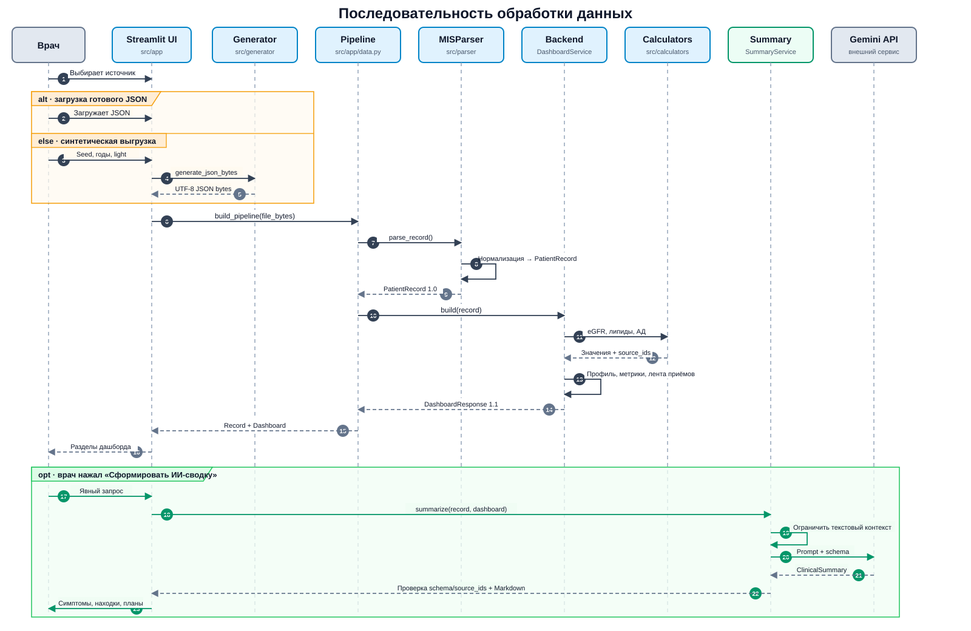
Before: docs/diagrams/rendered/processing-sequence.png, a diagram exported from Mermaid (rsul07/MISDash). Its source is kept beside it as docs/diagrams/src/processing-sequence.mmd.
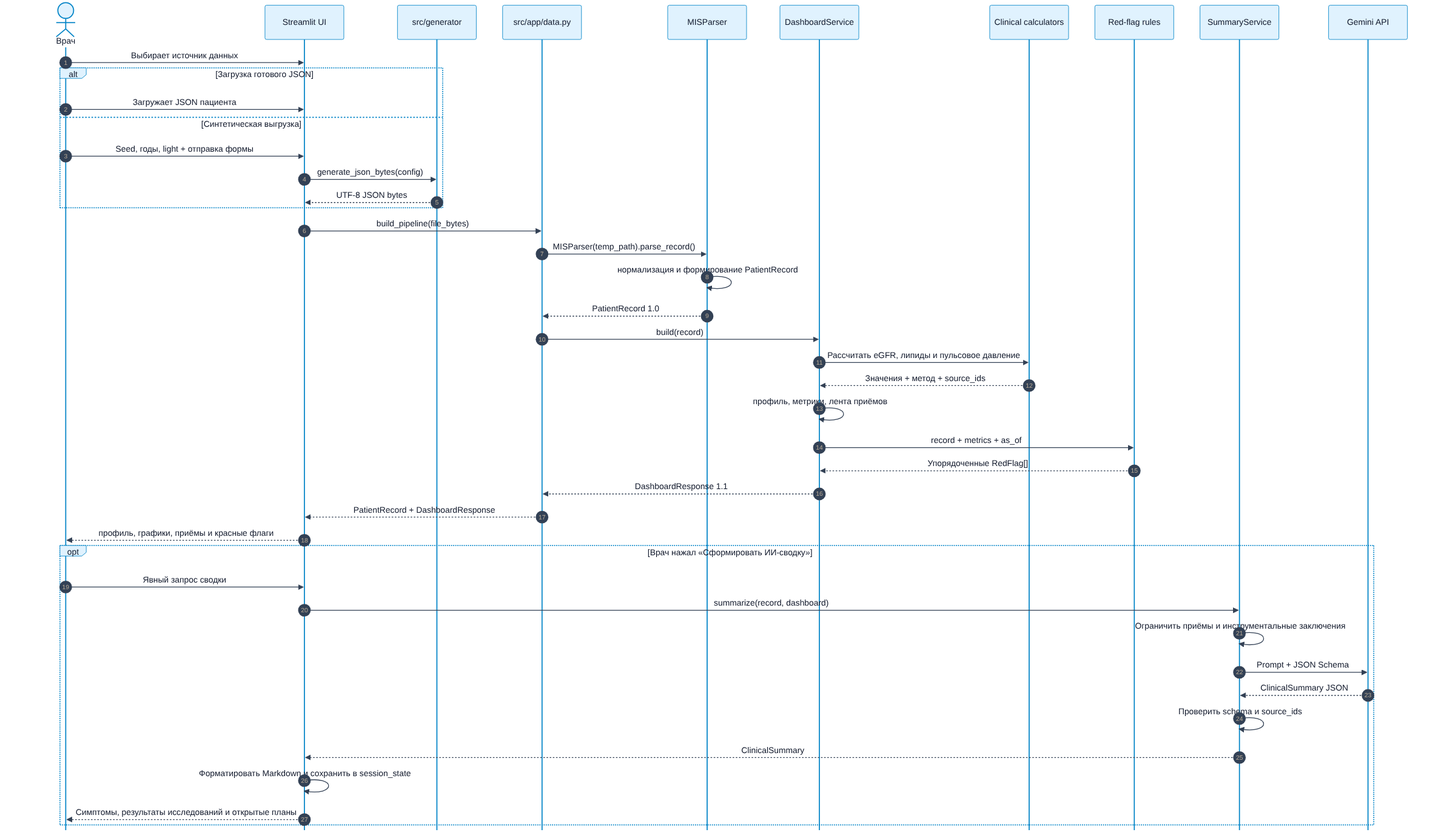
After the commit.

What changed in the source:
```diff
@@ -7,6 +7,7 @@
     participant Parser as MISParser
     participant Backend as DashboardService
     participant Calc as Clinical calculators
+    participant Rules as Red-flag rules
     participant Summary as SummaryService
     participant Gemini as Gemini API
 
@@ -27,9 +28,11 @@
     Backend->>Calc: Рассчитать eGFR, липиды и пульсовое давление
     Calc-->>Backend: Значения + метод + source_ids
     Backend->>Backend: профиль, метрики, лента приёмов
+    Backend->>Rules: record + metrics + as_of
+    Rules-->>Backend: Упорядоченные RedFlag[]
     Backend-->>Pipeline: DashboardResponse 1.1
     Pipeline-->>UI: PatientRecord + DashboardResponse
-    UI-->>Doctor: детерминированные разделы дашборда
+    UI-->>Doctor: профиль, графики, приёмы и красные флаги
 
     opt Врач нажал «Сформировать ИИ-сводку»
         Doctor->>UI: Явный запрос сводки
```
